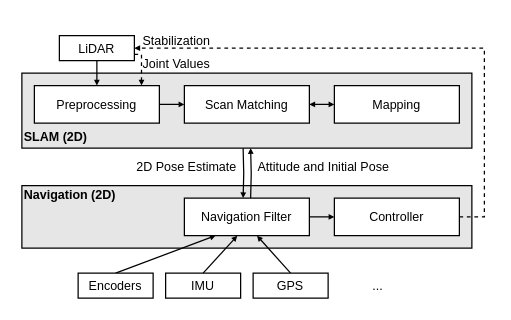
The draw.io diagram page "hector" (3 of 5) of doc/diagrams/slam.drawio in sousarbarb/phd-trp, before the edit. Source tidied: cells renumbered, new cells numbered last; positions are measured from the earlier drawing's top-left corner, leaving out a move shared by most shapes. Both pictures are drawn from the tidied source at 125%, with x=0, y=0 at pixel (21, 21).
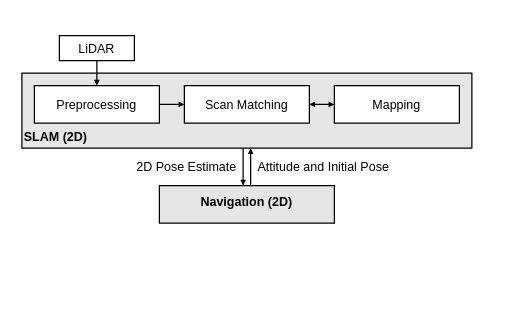
The same page after the edit.

Commit message (it also covers changes not shown here):
Review HectorSLAM diagram (supervisors feedback)

The change refers to these unchanged cells:
```xml
<mxCell id="7" value="LiDAR" style="rounded=0;whiteSpace=wrap;html=1;fontSize=10;" parent="1" vertex="1">
  <mxGeometry x="30" y="11" width="60" height="20" as="geometry" />
</mxCell>
<mxCell id="9" value="Preprocessing" style="rounded=0;whiteSpace=wrap;html=1;fontSize=10;" parent="1" vertex="1">
  <mxGeometry x="10" y="51" width="100" height="30" as="geometry" />
</mxCell>
```

Change to the diagram source:
```diff
@@
-    <mxCell id="2" value="Navigation (2D)" style="rounded=0;whiteSpace=wrap;html=1;verticalAlign=top;align=left;fontSize=10;spacing=2;spacingTop=-5;fillColor=#E6E6E6;fontStyle=1;" parent="1" vertex="1">
-      <mxGeometry y="131" width="360" height="50" as="geometry" />
+    <mxCell id="2" value="Navigation (2D)" style="rounded=0;whiteSpace=wrap;html=1;verticalAlign=middle;align=center;fontSize=10;spacing=2;spacingTop=-5;fillColor=#E6E6E6;fontStyle=1;" parent="1" vertex="1">
+      <mxGeometry x="110" y="131" width="140" height="30" as="geometry" />
     </mxCell>
-    <mxCell id="3" style="edgeStyle=orthogonalEdgeStyle;rounded=0;orthogonalLoop=1;jettySize=auto;html=1;exitX=0.5;exitY=1;exitDx=0;exitDy=0;entryX=0.5;entryY=0;entryDx=0;entryDy=0;startArrow=none;startFill=0;endArrow=block;endFill=1;startSize=2;endSize=2;fontSize=10;" parent="1" edge="1">
+    <mxCell id="3" style="edgeStyle=orthogonalEdgeStyle;rounded=0;orthogonalLoop=1;jettySize=auto;html=1;exitX=0.5;exitY=1;exitDx=0;exitDy=0;startArrow=none;startFill=0;endArrow=block;endFill=1;startSize=2;endSize=2;fontSize=10;" parent="1" edge="1">
       <mxGeometry relative="1" as="geometry">
         <mxPoint x="177" y="101" as="sourcePoint" />
-        <mxPoint x="177" y="141" as="targetPoint" />
+        <mxPoint x="177" y="131" as="targetPoint" />
       </mxGeometry>
     </mxCell>
@@
-    <mxCell id="6" style="edgeStyle=orthogonalEdgeStyle;rounded=0;jettySize=auto;html=1;exitX=1;exitY=0.75;exitDx=0;exitDy=0;entryX=0.857;entryY=-0.004;entryDx=0;entryDy=0;fontSize=10;startArrow=none;startFill=0;endArrow=block;endFill=1;startSize=2;endSize=2;dashed=1;entryPerimeter=0;" parent="1" edge="1" source="7" target="9">
-      <mxGeometry relative="1" as="geometry">
-        <Array as="points">
-          <mxPoint x="95" y="26" />
-          <mxPoint x="95" y="51" />
-        </Array>
-      </mxGeometry>
-    </mxCell>
@@
-    <mxCell id="13" style="edgeStyle=orthogonalEdgeStyle;rounded=0;jettySize=auto;html=1;exitX=1;exitY=0.5;exitDx=0;exitDy=0;entryX=0;entryY=0.5;entryDx=0;entryDy=0;startArrow=none;startFill=0;endArrow=block;endFill=1;startSize=2;endSize=2;fontSize=10;" parent="1" edge="1" source="15" target="17">
-      <mxGeometry relative="1" as="geometry" />
-    </mxCell>
-    <mxCell id="14" style="edgeStyle=orthogonalEdgeStyle;rounded=0;orthogonalLoop=1;jettySize=auto;html=1;exitX=0.5;exitY=0;exitDx=0;exitDy=0;entryX=0.5;entryY=1;entryDx=0;entryDy=0;startArrow=none;startFill=0;endArrow=block;endFill=1;startSize=2;endSize=2;fontSize=10;" parent="1" edge="1">
+    <mxCell id="14" style="edgeStyle=orthogonalEdgeStyle;rounded=0;orthogonalLoop=1;jettySize=auto;html=1;entryX=0.5;entryY=1;entryDx=0;entryDy=0;startArrow=none;startFill=0;endArrow=block;endFill=1;startSize=2;endSize=2;fontSize=10;" parent="1" edge="1">
       <mxGeometry relative="1" as="geometry">
-        <mxPoint x="183" y="141" as="sourcePoint" />
+        <mxPoint x="183" y="131" as="sourcePoint" />
         <mxPoint x="183" y="101" as="targetPoint" />
       </mxGeometry>
     </mxCell>
-    <mxCell id="15" value="Navigation Filter" style="rounded=0;whiteSpace=wrap;html=1;fontSize=10;" parent="1" vertex="1">
-      <mxGeometry x="130" y="141" width="100" height="30" as="geometry" />
-    </mxCell>
-    <mxCell id="16" style="edgeStyle=orthogonalEdgeStyle;rounded=0;jettySize=auto;html=1;exitX=1;exitY=0.5;exitDx=0;exitDy=0;entryX=1;entryY=0.5;entryDx=0;entryDy=0;dashed=1;fontSize=10;startArrow=none;startFill=0;endArrow=block;endFill=1;startSize=2;endSize=2;" parent="1" edge="1" source="17" target="7">
-      <mxGeometry relative="1" as="geometry" />
-    </mxCell>
-    <mxCell id="17" value="Controller" style="rounded=0;whiteSpace=wrap;html=1;fontSize=10;" parent="1" vertex="1">
-      <mxGeometry x="250" y="141" width="100" height="30" as="geometry" />
-    </mxCell>
@@
-    <mxCell id="20" style="edgeStyle=none;rounded=0;jettySize=auto;html=1;exitX=0.5;exitY=0;exitDx=0;exitDy=0;entryX=0.25;entryY=1;entryDx=0;entryDy=0;fontSize=10;startArrow=none;startFill=0;endArrow=block;endFill=1;startSize=2;endSize=2;" parent="1" edge="1" source="21" target="15">
-      <mxGeometry relative="1" as="geometry" />
-    </mxCell>
-    <mxCell id="21" value="Encoders" style="rounded=0;whiteSpace=wrap;html=1;fontSize=10;" parent="1" vertex="1">
-      <mxGeometry x="45" y="201" width="60" height="20" as="geometry" />
-    </mxCell>
-    <mxCell id="22" value="IMU" style="rounded=0;whiteSpace=wrap;html=1;fontSize=10;" parent="1" vertex="1">
-      <mxGeometry x="115" y="201" width="60" height="20" as="geometry" />
-    </mxCell>
-    <mxCell id="23" style="edgeStyle=none;rounded=0;jettySize=auto;html=1;exitX=0.5;exitY=0;exitDx=0;exitDy=0;entryX=0.581;entryY=1.002;entryDx=0;entryDy=0;entryPerimeter=0;fontSize=10;startArrow=none;startFill=0;endArrow=block;endFill=1;startSize=2;endSize=2;" parent="1" edge="1" source="24" target="15">
-      <mxGeometry relative="1" as="geometry" />
-    </mxCell>
-    <mxCell id="24" value="GPS" style="rounded=0;whiteSpace=wrap;html=1;fontSize=10;" parent="1" vertex="1">
-      <mxGeometry x="185" y="201" width="60" height="20" as="geometry" />
-    </mxCell>
-    <mxCell id="25" value="..." style="rounded=0;whiteSpace=wrap;html=1;fontSize=10;fillColor=none;strokeColor=none;" parent="1" vertex="1">
-      <mxGeometry x="255" y="201" width="60" height="20" as="geometry" />
-    </mxCell>
-    <mxCell id="26" style="edgeStyle=none;rounded=0;jettySize=auto;html=1;exitX=0.5;exitY=0;exitDx=0;exitDy=0;entryX=0.423;entryY=1.004;entryDx=0;entryDy=0;entryPerimeter=0;fontSize=10;startArrow=none;startFill=0;endArrow=block;endFill=1;startSize=2;endSize=2;" parent="1" edge="1" source="22" target="15">
-      <mxGeometry relative="1" as="geometry" />
-    </mxCell>
-    <mxCell id="27" value="Stabilization" style="text;html=1;align=left;verticalAlign=middle;strokeColor=none;fillColor=none;fontSize=10;" parent="1" vertex="1">
-      <mxGeometry x="95" width="75" height="30" as="geometry" />
-    </mxCell>
-    <mxCell id="28" value="Joint Values" style="text;html=1;align=left;verticalAlign=middle;strokeColor=none;fillColor=none;fontSize=10;" parent="1" vertex="1">
-      <mxGeometry x="95" y="18" width="75" height="30" as="geometry" />
-    </mxCell>
```
